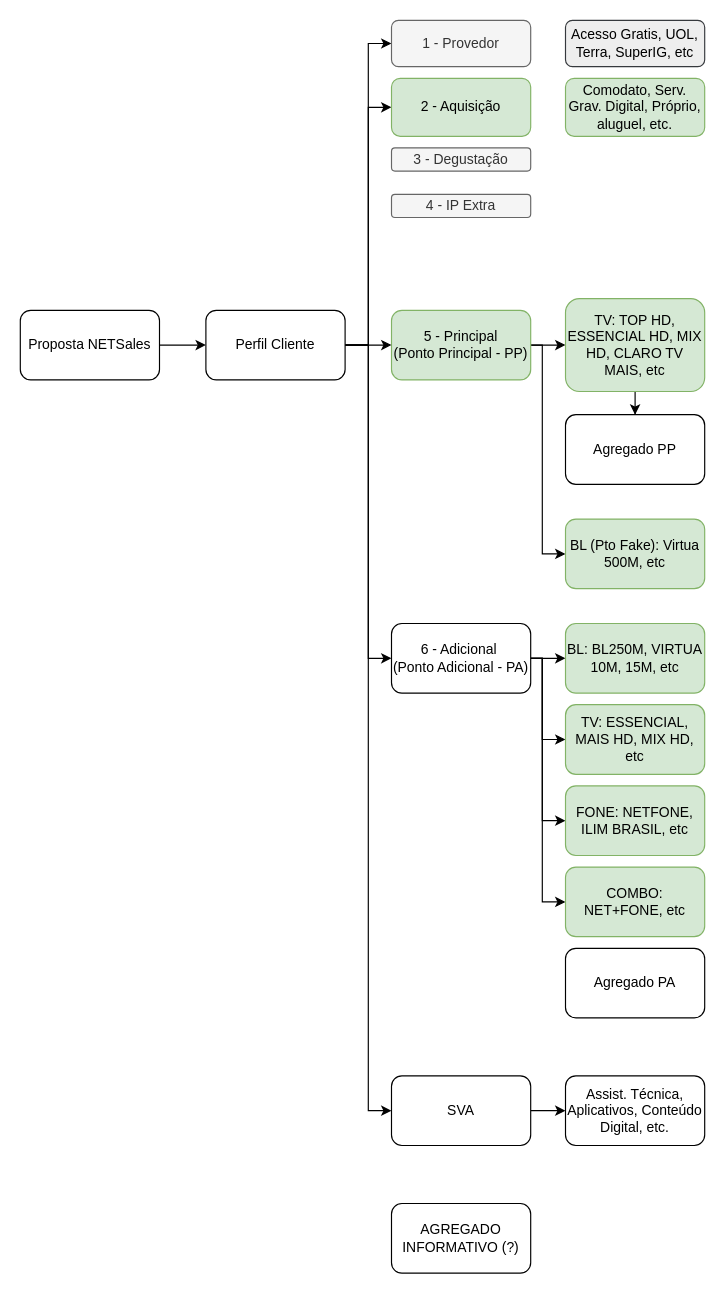
Before: page "V2" (2 of 2) of Conceito Pedido.drawio in samirali/ClaroBrasil, a draw.io diagram. Source tidied: cells renumbered, new cells numbered last; positions are measured from the earlier drawing's top-left corner, leaving out a move shared by most shapes. Both pictures are drawn from the tidied source at 116%, with x=0, y=0 at pixel (20, 20).
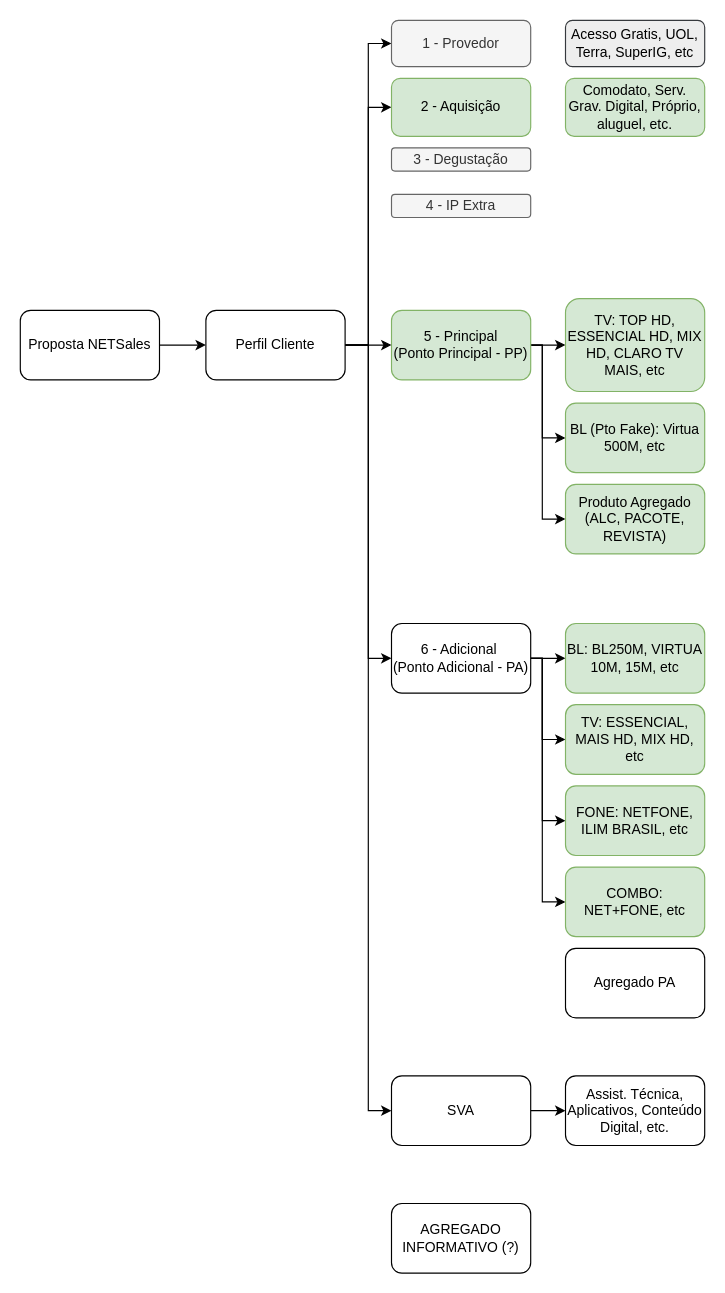
The same diagram, later.

The change refers to these unchanged cells:
```xml
<mxCell id="4" value="5 - Principal&lt;div&gt;(Ponto Principal - PP)&lt;/div&gt;" style="rounded=1;whiteSpace=wrap;html=1;fillColor=#d5e8d4;strokeColor=#82b366;" parent="1" vertex="1">
  <mxGeometry x="320" y="250" width="120" height="60" as="geometry" />
</mxCell>
<mxCell id="8" value="TV: TOP HD, ESSENCIAL HD, MIX HD, CLARO TV MAIS, etc" style="rounded=1;whiteSpace=wrap;html=1;fillColor=#d5e8d4;strokeColor=#82b366;" parent="1" vertex="1">
  <mxGeometry x="470" y="240" width="120" height="80" as="geometry" />
</mxCell>
```

The edit, as a diff of the source:
```diff
@@
     <mxCell id="3" style="edgeStyle=orthogonalEdgeStyle;rounded=0;jettySize=auto;html=1;entryX=0;entryY=0.5;entryDx=0;entryDy=0;" parent="1" edge="1" source="4" target="10">
       <mxGeometry relative="1" as="geometry">
         <Array as="points">
           <mxPoint x="450" y="280" />
-          <mxPoint x="450" y="460" />
+          <mxPoint x="450" y="360" />
         </Array>
       </mxGeometry>
     </mxCell>
+    <mxCell id="37" style="edgeStyle=orthogonalEdgeStyle;rounded=0;jettySize=auto;html=1;entryX=0;entryY=0.5;entryDx=0;entryDy=0;" parent="1" edge="1" source="4" target="9">
+      <mxGeometry relative="1" as="geometry">
+        <Array as="points">
+          <mxPoint x="450" y="280" />
+          <mxPoint x="450" y="430" />
+        </Array>
+      </mxGeometry>
+    </mxCell>
@@
-    <mxCell id="7" style="edgeStyle=orthogonalEdgeStyle;rounded=0;jettySize=auto;html=1;entryX=0.5;entryY=0;entryDx=0;entryDy=0;" parent="1" edge="1" source="8" target="9">
-      <mxGeometry relative="1" as="geometry" />
-    </mxCell>
@@
-    <mxCell id="9" value="Agregado PP" style="rounded=1;whiteSpace=wrap;html=1;" parent="1" vertex="1">
-      <mxGeometry x="470" y="340" width="120" height="60" as="geometry" />
+    <mxCell id="9" value="Produto Agregado (ALC, PACOTE, REVISTA)" style="rounded=1;whiteSpace=wrap;html=1;fillColor=#d5e8d4;strokeColor=#82b366;" parent="1" vertex="1">
+      <mxGeometry x="470" y="400" width="120" height="60" as="geometry" />
     </mxCell>
     <mxCell id="10" value="BL (Pto Fake): Virtua 500M, etc" style="rounded=1;whiteSpace=wrap;html=1;fillColor=#d5e8d4;strokeColor=#82b366;" parent="1" vertex="1">
-      <mxGeometry x="470" y="430" width="120" height="60" as="geometry" />
+      <mxGeometry x="470" y="330" width="120" height="60" as="geometry" />
     </mxCell>
```
